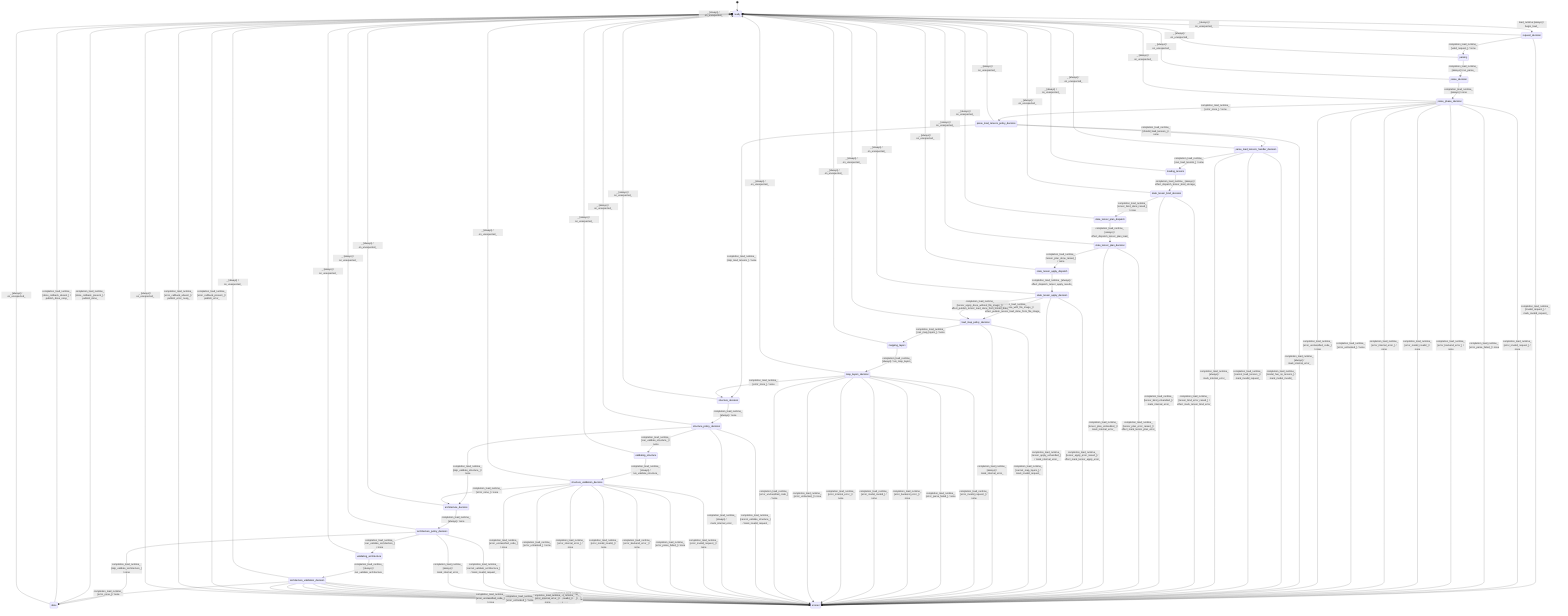
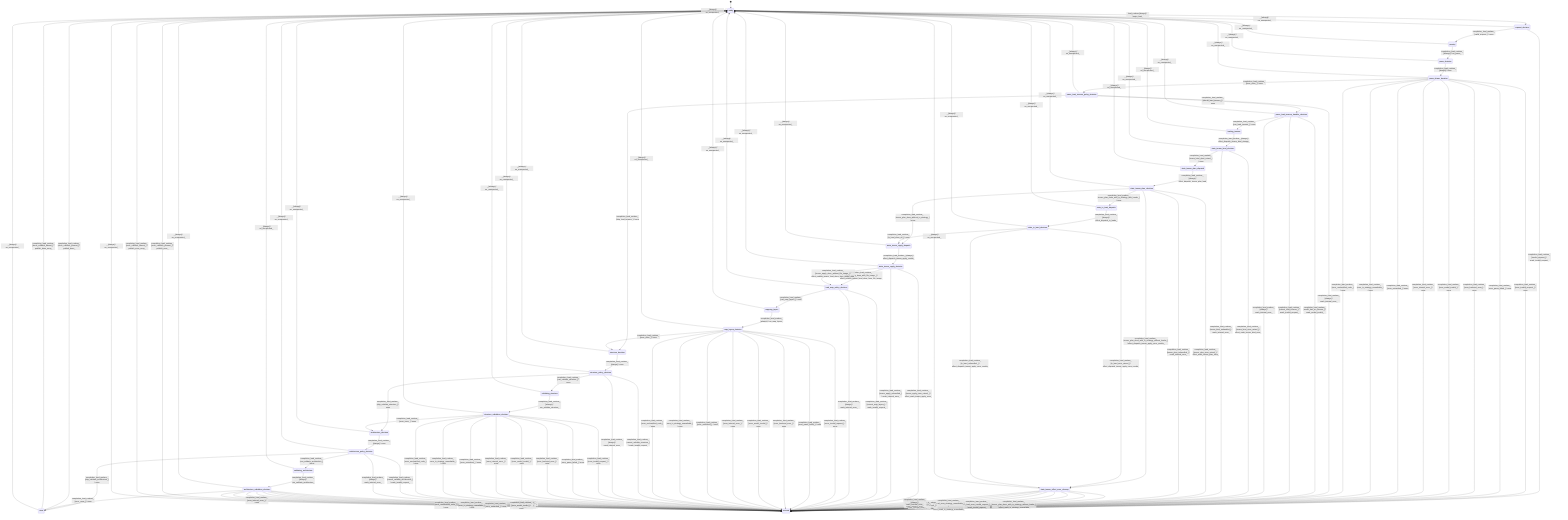
stateDiagram-v2
  direction TB
  [*] --> ready
  ready --> request_decision : load_runtime [always] / begin_load_
  request_decision --> parsing : completion_load_runtime_ [valid_request_] / none
  request_decision --> errored : completion_load_runtime_ [invalid_request_] / mark_invalid_request_
  parsing --> parse_decision : completion_load_runtime_ [always] / run_parse_
  parse_decision --> parse_phase_decision : completion_load_runtime_ [always] / none
  parse_phase_decision --> parse_load_tensors_policy_decision : completion_load_runtime_ [error_none_] / none
  parse_phase_decision --> errored : completion_load_runtime_ [error_invalid_request_] / none
  parse_phase_decision --> errored : completion_load_runtime_ [error_parse_failed_] / none
  parse_phase_decision --> errored : completion_load_runtime_ [error_backend_error_] / none
  parse_phase_decision --> errored : completion_load_runtime_ [error_model_invalid_] / none
  parse_phase_decision --> errored : completion_load_runtime_ [error_internal_error_] / none
  parse_phase_decision --> errored : completion_load_runtime_ [error_untracked_] / none
+   parse_phase_decision --> errored : completion_load_runtime_ [error_io_strategy_unavailable_] / none
  parse_phase_decision --> errored : completion_load_runtime_ [error_unclassified_code_] / none
  parse_load_tensors_policy_decision --> parse_load_tensors_handler_decision : completion_load_runtime_ [should_load_tensors_] / none
  parse_load_tensors_policy_decision --> structure_decision : completion_load_runtime_ [skip_load_tensors_] / none
  parse_load_tensors_policy_decision --> errored : completion_load_runtime_ [always] / mark_internal_error_
  parse_load_tensors_handler_decision --> loading_tensors : completion_load_runtime_ [can_load_tensors_] / none
  parse_load_tensors_handler_decision --> errored : completion_load_runtime_ [model_has_no_tensors_] / mark_model_invalid_
  parse_load_tensors_handler_decision --> errored : completion_load_runtime_ [cannot_load_tensors_] / mark_invalid_request_
  parse_load_tensors_handler_decision --> errored : completion_load_runtime_ [always] / mark_internal_error_
  loading_tensors --> state_tensor_bind_decision : completion_load_runtime_ [always] / effect_dispatch_tensor_bind_storage_
  state_tensor_bind_decision --> state_tensor_plan_dispatch : completion_load_runtime_ [tensor_bind_done_raised_] / none
  state_tensor_bind_decision --> errored : completion_load_runtime_ [tensor_bind_error_raised_] / effect_mark_tensor_bind_error_
  state_tensor_bind_decision --> errored : completion_load_runtime_ [tensor_bind_unhandled_] / mark_internal_error_
  state_tensor_plan_dispatch --> state_tensor_plan_decision : completion_load_runtime_ [always] / effect_dispatch_tensor_plan_load_
-   state_tensor_plan_decision --> state_tensor_apply_dispatch : completion_load_runtime_ [tensor_plan_done_raised_] / none
+   state_tensor_plan_decision --> state_tensor_apply_dispatch : completion_load_runtime_ [tensor_plan_done_without_io_strategy_] / none
+   state_tensor_plan_decision --> state_tensor_effect_error_cleanup : completion_load_runtime_ [tensor_plan_done_with_io_strategy_without_loader_] / effect_dispatch_tensor_apply_error_results_
+   state_tensor_plan_decision --> state_io_load_dispatch : completion_load_runtime_ [tensor_plan_done_with_io_strategy_with_loader_] / none
  state_tensor_plan_decision --> errored : completion_load_runtime_ [tensor_plan_error_raised_] / effect_mark_tensor_plan_error_
  state_tensor_plan_decision --> errored : completion_load_runtime_ [tensor_plan_unhandled_] / mark_internal_error_
+   state_io_load_dispatch --> state_io_load_decision : completion_load_runtime_ [always] / effect_dispatch_io_loads_
+   state_io_load_decision --> state_tensor_apply_dispatch : completion_load_runtime_ [io_load_done_all_] / none
+   state_io_load_decision --> state_tensor_effect_error_cleanup : completion_load_runtime_ [io_load_error_raised_] / effect_dispatch_tensor_apply_error_results_
+   state_io_load_decision --> state_tensor_effect_error_cleanup : completion_load_runtime_ [io_load_unhandled_] / effect_dispatch_tensor_apply_error_results_
+   state_tensor_effect_error_cleanup --> errored : completion_load_runtime_ [tensor_plan_done_with_io_strategy_without_loader_] / effect_mark_io_strategy_unavailable_
+   state_tensor_effect_error_cleanup --> errored : completion_load_runtime_ [io_load_error_invalid_request_] / mark_invalid_request_
+   state_tensor_effect_error_cleanup --> errored : completion_load_runtime_ [io_load_error_strategy_unavailable_] / effect_mark_io_strategy_unavailable_
+   state_tensor_effect_error_cleanup --> errored : completion_load_runtime_ [io_load_error_internal_] / mark_internal_error_
+   state_tensor_effect_error_cleanup --> errored : completion_load_runtime_ [io_load_error_untracked_] / mark_untracked_
+   state_tensor_effect_error_cleanup --> errored : completion_load_runtime_ [io_load_error_unclassified_] / mark_internal_error_
+   state_tensor_effect_error_cleanup --> errored : completion_load_runtime_ [io_load_unhandled_] / mark_internal_error_
+   state_tensor_effect_error_cleanup --> errored : completion_load_runtime_ [always] / mark_internal_error_
  state_tensor_apply_dispatch --> state_tensor_apply_decision : completion_load_runtime_ [always] / effect_dispatch_tensor_apply_results_
  state_tensor_apply_decision --> load_map_policy_decision : completion_load_runtime_ [tensor_apply_done_with_file_image_] / effect_publish_tensor_load_done_from_file_image_
  state_tensor_apply_decision --> load_map_policy_decision : completion_load_runtime_ [tensor_apply_done_without_file_image_] / effect_publish_tensor_load_done_from_model_data_
  state_tensor_apply_decision --> errored : completion_load_runtime_ [tensor_apply_error_raised_] / effect_mark_tensor_apply_error_
  state_tensor_apply_decision --> errored : completion_load_runtime_ [tensor_apply_unhandled_] / mark_internal_error_
  load_map_policy_decision --> mapping_layers : completion_load_runtime_ [can_map_layers_] / none
  load_map_policy_decision --> errored : completion_load_runtime_ [cannot_map_layers_] / mark_invalid_request_
  load_map_policy_decision --> errored : completion_load_runtime_ [always] / mark_internal_error_
  mapping_layers --> map_layers_decision : completion_load_runtime_ [always] / run_map_layers_
  map_layers_decision --> structure_decision : completion_load_runtime_ [error_none_] / none
  map_layers_decision --> errored : completion_load_runtime_ [error_invalid_request_] / none
  map_layers_decision --> errored : completion_load_runtime_ [error_parse_failed_] / none
  map_layers_decision --> errored : completion_load_runtime_ [error_backend_error_] / none
  map_layers_decision --> errored : completion_load_runtime_ [error_model_invalid_] / none
  map_layers_decision --> errored : completion_load_runtime_ [error_internal_error_] / none
  map_layers_decision --> errored : completion_load_runtime_ [error_untracked_] / none
+   map_layers_decision --> errored : completion_load_runtime_ [error_io_strategy_unavailable_] / none
  map_layers_decision --> errored : completion_load_runtime_ [error_unclassified_code_] / none
  structure_decision --> structure_policy_decision : completion_load_runtime_ [always] / none
  structure_policy_decision --> architecture_decision : completion_load_runtime_ [skip_validate_structure_] / none
  structure_policy_decision --> validating_structure : completion_load_runtime_ [can_validate_structure_] / none
  structure_policy_decision --> errored : completion_load_runtime_ [cannot_validate_structure_] / mark_invalid_request_
  structure_policy_decision --> errored : completion_load_runtime_ [always] / mark_internal_error_
  validating_structure --> structure_validation_decision : completion_load_runtime_ [always] / run_validate_structure_
  structure_validation_decision --> architecture_decision : completion_load_runtime_ [error_none_] / none
  structure_validation_decision --> errored : completion_load_runtime_ [error_invalid_request_] / none
  structure_validation_decision --> errored : completion_load_runtime_ [error_parse_failed_] / none
  structure_validation_decision --> errored : completion_load_runtime_ [error_backend_error_] / none
  structure_validation_decision --> errored : completion_load_runtime_ [error_model_invalid_] / none
  structure_validation_decision --> errored : completion_load_runtime_ [error_internal_error_] / none
  structure_validation_decision --> errored : completion_load_runtime_ [error_untracked_] / none
+   structure_validation_decision --> errored : completion_load_runtime_ [error_io_strategy_unavailable_] / none
  structure_validation_decision --> errored : completion_load_runtime_ [error_unclassified_code_] / none
  architecture_decision --> architecture_policy_decision : completion_load_runtime_ [always] / none
  architecture_policy_decision --> done : completion_load_runtime_ [skip_validate_architecture_] / none
  architecture_policy_decision --> validating_architecture : completion_load_runtime_ [can_validate_architecture_] / none
  architecture_policy_decision --> errored : completion_load_runtime_ [cannot_validate_architecture_] / mark_invalid_request_
  architecture_policy_decision --> errored : completion_load_runtime_ [always] / mark_internal_error_
  validating_architecture --> architecture_validation_decision : completion_load_runtime_ [always] / run_validate_architecture_
  architecture_validation_decision --> done : completion_load_runtime_ [error_none_] / none
  architecture_validation_decision --> errored : completion_load_runtime_ [error_invalid_request_] / none
  architecture_validation_decision --> errored : completion_load_runtime_ [error_parse_failed_] / none
  architecture_validation_decision --> errored : completion_load_runtime_ [error_backend_error_] / none
  architecture_validation_decision --> errored : completion_load_runtime_ [error_model_invalid_] / none
  architecture_validation_decision --> errored : completion_load_runtime_ [error_internal_error_] / none
  architecture_validation_decision --> errored : completion_load_runtime_ [error_untracked_] / none
+   architecture_validation_decision --> errored : completion_load_runtime_ [error_io_strategy_unavailable_] / none
  architecture_validation_decision --> errored : completion_load_runtime_ [error_unclassified_code_] / none
  done --> ready : completion_load_runtime_ [done_callback_present_] / publish_done_
  done --> ready : completion_load_runtime_ [done_callback_absent_] / publish_done_noop_
  errored --> ready : completion_load_runtime_ [error_callback_present_] / publish_error_
  errored --> ready : completion_load_runtime_ [error_callback_absent_] / publish_error_noop_
  ready --> ready : _ [always] / on_unexpected_
  request_decision --> ready : _ [always] / on_unexpected_
  parsing --> ready : _ [always] / on_unexpected_
  parse_decision --> ready : _ [always] / on_unexpected_
  parse_phase_decision --> ready : _ [always] / on_unexpected_
  parse_load_tensors_policy_decision --> ready : _ [always] / on_unexpected_
  parse_load_tensors_handler_decision --> ready : _ [always] / on_unexpected_
  loading_tensors --> ready : _ [always] / on_unexpected_
  state_tensor_bind_decision --> ready : _ [always] / on_unexpected_
  state_tensor_plan_dispatch --> ready : _ [always] / on_unexpected_
  state_tensor_plan_decision --> ready : _ [always] / on_unexpected_
+   state_io_load_dispatch --> ready : _ [always] / on_unexpected_
+   state_io_load_decision --> ready : _ [always] / on_unexpected_
+   state_tensor_effect_error_cleanup --> ready : _ [always] / on_unexpected_
  state_tensor_apply_dispatch --> ready : _ [always] / on_unexpected_
  state_tensor_apply_decision --> ready : _ [always] / on_unexpected_
  load_map_policy_decision --> ready : _ [always] / on_unexpected_
  mapping_layers --> ready : _ [always] / on_unexpected_
  map_layers_decision --> ready : _ [always] / on_unexpected_
  structure_decision --> ready : _ [always] / on_unexpected_
  structure_policy_decision --> ready : _ [always] / on_unexpected_
  validating_structure --> ready : _ [always] / on_unexpected_
  structure_validation_decision --> ready : _ [always] / on_unexpected_
  architecture_decision --> ready : _ [always] / on_unexpected_
  architecture_policy_decision --> ready : _ [always] / on_unexpected_
  validating_architecture --> ready : _ [always] / on_unexpected_
  architecture_validation_decision --> ready : _ [always] / on_unexpected_
  done --> ready : _ [always] / on_unexpected_
  errored --> ready : _ [always] / on_unexpected_
